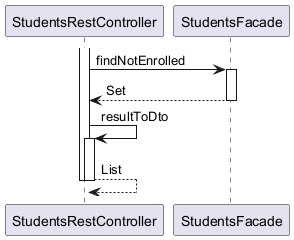
Before: ingress/documentation/html/images/Education.Students.findNotEnrolledStudents.puml.png.png, a diagram exported from PlantUML (OlegSopilnyak/school-demo). Source of this version:
```plantuml
@startuml

participant StudentsRestController
participant StudentsFacade

activate StudentsRestController
	StudentsRestController -> StudentsFacade : findNotEnrolled
	activate StudentsFacade
		StudentsFacade --> StudentsRestController : Set
	deactivate StudentsFacade
	StudentsRestController -> StudentsRestController : resultToDto
	activate StudentsRestController
		StudentsRestController --> StudentsRestController : List
	deactivate StudentsRestController
deactivate StudentsRestController

@enduml
```
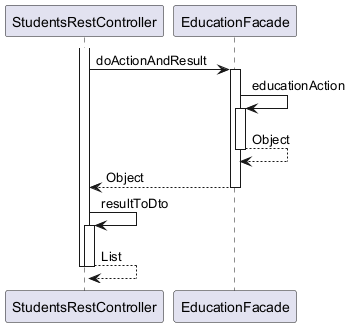
Later version of the same file.

What changed in the source:
```diff
@@ -1,13 +1,17 @@
 @startuml
 
 participant StudentsRestController
-participant StudentsFacade
+participant EducationFacade
 
 activate StudentsRestController
-	StudentsRestController -> StudentsFacade : findNotEnrolled
-	activate StudentsFacade
-		StudentsFacade --> StudentsRestController : Set
-	deactivate StudentsFacade
+	StudentsRestController -> EducationFacade : doActionAndResult
+	activate EducationFacade
+		EducationFacade -> EducationFacade : educationAction
+		activate EducationFacade
+			EducationFacade --> EducationFacade : Object
+		deactivate EducationFacade
+		EducationFacade --> StudentsRestController : Object
+	deactivate EducationFacade
 	StudentsRestController -> StudentsRestController : resultToDto
 	activate StudentsRestController
 		StudentsRestController --> StudentsRestController : List
```
